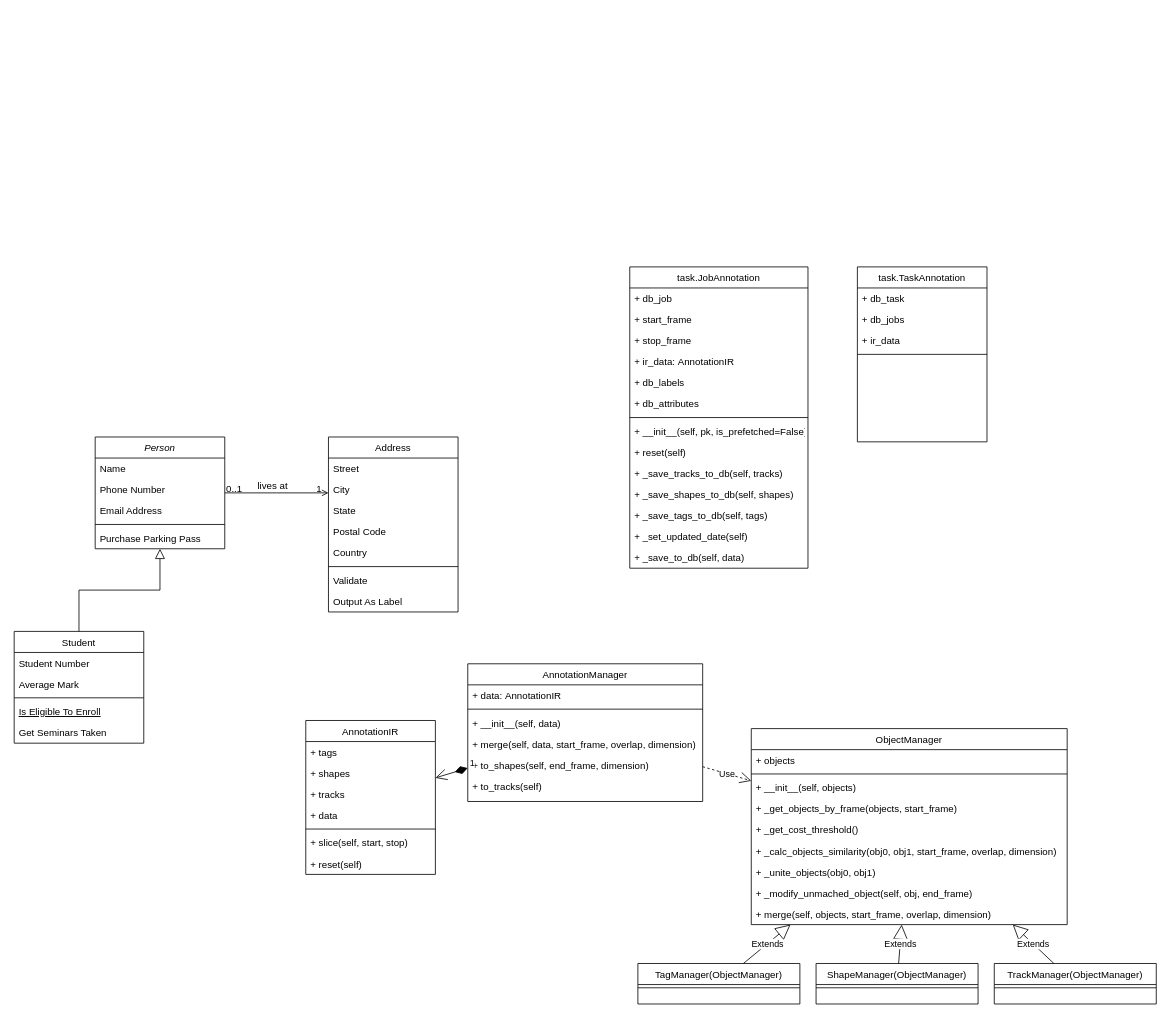
This is cvat.drawio from xulizhi321/drawio-proj, a draw.io file, before an edit. Source tidied: cells renumbered, new cells numbered last; positions are measured from the earlier drawing's top-left corner, leaving out a move shared by most shapes. Both pictures are drawn from the tidied source at 81%, with x=0, y=0 at pixel (14, 266).
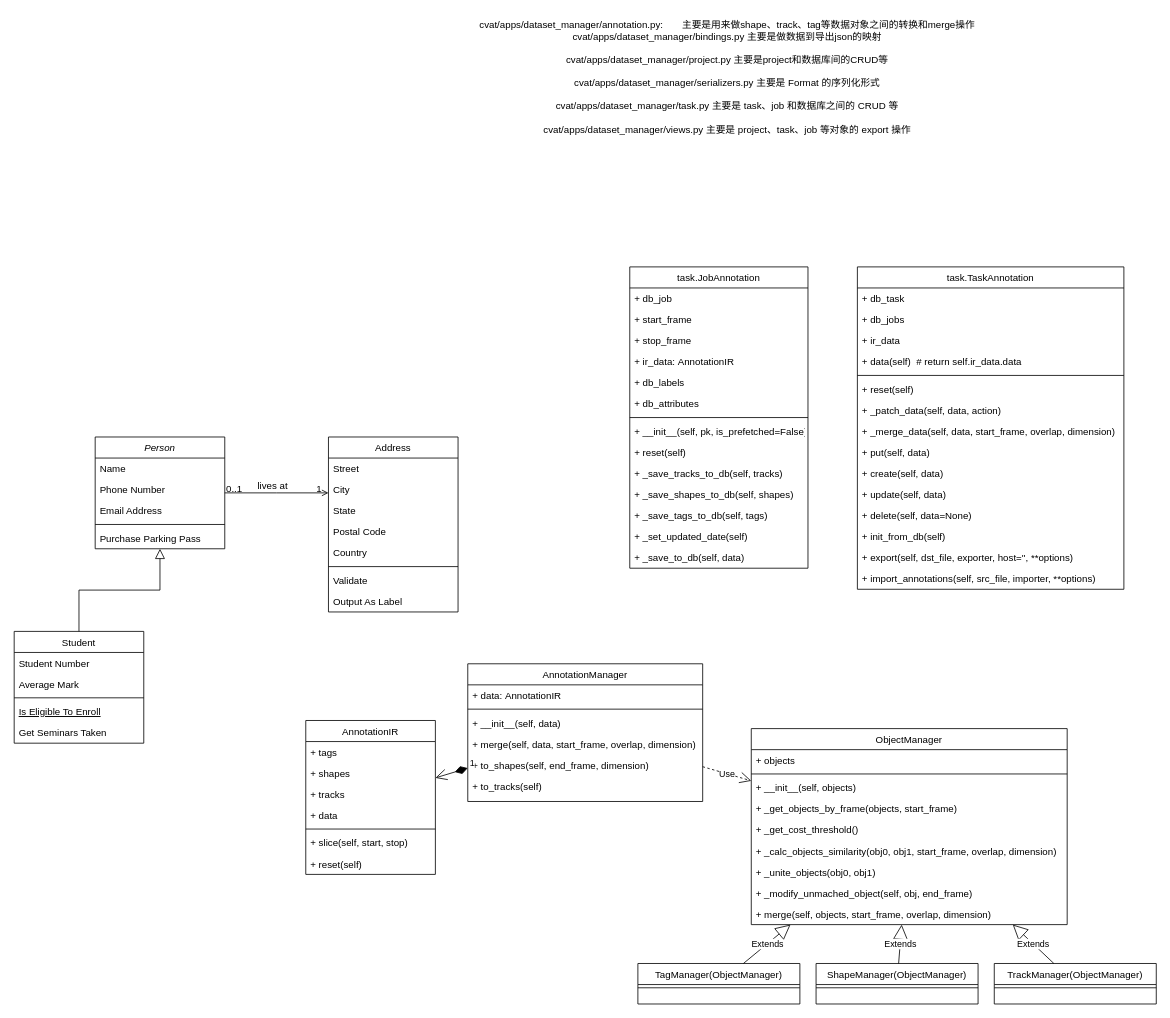
The same page after the edit.

The edit, as a diff of the source:
```diff
@@
     <mxCell id="79" value="task.TaskAnnotation" style="swimlane;fontStyle=0;align=center;verticalAlign=top;horizontal=1;startSize=26;rounded=0;shadow=0;strokeWidth=1;" parent="1" vertex="1">
-      <mxGeometry x="1041" width="160" height="216" as="geometry" />
+      <mxGeometry x="1041" width="329" height="398" as="geometry" />
     </mxCell>
     <mxCell id="80" value="+ db_task" style="text;align=left;verticalAlign=top;spacingLeft=4;spacingRight=4;overflow=hidden;" parent="79" vertex="1">
-      <mxGeometry y="26" width="160" height="26" as="geometry" />
+      <mxGeometry y="26" width="329" height="26" as="geometry" />
     </mxCell>
     <mxCell id="81" value="+ db_jobs" style="text;align=left;verticalAlign=top;spacingLeft=4;spacingRight=4;overflow=hidden;" parent="79" vertex="1">
-      <mxGeometry y="52" width="160" height="26" as="geometry" />
+      <mxGeometry y="52" width="329" height="26" as="geometry" />
     </mxCell>
     <mxCell id="82" value="+ ir_data" style="text;align=left;verticalAlign=top;spacingLeft=4;spacingRight=4;overflow=hidden;" parent="79" vertex="1">
-      <mxGeometry y="78" width="160" height="26" as="geometry" />
+      <mxGeometry y="78" width="329" height="26" as="geometry" />
     </mxCell>
+    <mxCell id="84" value="+ data(self)  # return self.ir_data.data" style="text;align=left;verticalAlign=top;spacingLeft=4;spacingRight=4;overflow=hidden;" parent="79" vertex="1">
+      <mxGeometry y="104" width="329" height="26" as="geometry" />
+    </mxCell>
     <mxCell id="83" style="line;html=1;strokeWidth=1;align=left;verticalAlign=middle;spacingTop=-1;spacingLeft=3;spacingRight=3;labelPosition=right;" parent="79" vertex="1">
-      <mxGeometry y="104" width="160" height="8" as="geometry" />
+      <mxGeometry y="130" width="329" height="8" as="geometry" />
     </mxCell>
+    <mxCell id="85" value="+ reset(self)" style="text;align=left;verticalAlign=top;spacingLeft=4;spacingRight=4;overflow=hidden;" parent="79" vertex="1">
+      <mxGeometry y="138" width="329" height="26" as="geometry" />
+    </mxCell>
+    <mxCell id="86" value="+ _patch_data(self, data, action)" style="text;align=left;verticalAlign=top;spacingLeft=4;spacingRight=4;overflow=hidden;" parent="79" vertex="1">
+      <mxGeometry y="164" width="329" height="26" as="geometry" />
+    </mxCell>
+    <mxCell id="87" value="+ _merge_data(self, data, start_frame, overlap, dimension)" style="text;align=left;verticalAlign=top;spacingLeft=4;spacingRight=4;overflow=hidden;" parent="79" vertex="1">
+      <mxGeometry y="190" width="329" height="26" as="geometry" />
+    </mxCell>
+    <mxCell id="88" value="+ put(self, data)" style="text;align=left;verticalAlign=top;spacingLeft=4;spacingRight=4;overflow=hidden;" parent="79" vertex="1">
+      <mxGeometry y="216" width="329" height="26" as="geometry" />
+    </mxCell>
+    <mxCell id="89" value="+ create(self, data)" style="text;align=left;verticalAlign=top;spacingLeft=4;spacingRight=4;overflow=hidden;" parent="79" vertex="1">
+      <mxGeometry y="242" width="329" height="26" as="geometry" />
+    </mxCell>
+    <mxCell id="90" value="+ update(self, data)" style="text;align=left;verticalAlign=top;spacingLeft=4;spacingRight=4;overflow=hidden;" parent="79" vertex="1">
+      <mxGeometry y="268" width="329" height="26" as="geometry" />
+    </mxCell>
+    <mxCell id="91" value="+ delete(self, data=None)" style="text;align=left;verticalAlign=top;spacingLeft=4;spacingRight=4;overflow=hidden;" parent="79" vertex="1">
+      <mxGeometry y="294" width="329" height="26" as="geometry" />
+    </mxCell>
+    <mxCell id="92" value="+ init_from_db(self)" style="text;align=left;verticalAlign=top;spacingLeft=4;spacingRight=4;overflow=hidden;" parent="79" vertex="1">
+      <mxGeometry y="320" width="329" height="26" as="geometry" />
+    </mxCell>
+    <mxCell id="93" value="+ export(self, dst_file, exporter, host='', **options)" style="text;align=left;verticalAlign=top;spacingLeft=4;spacingRight=4;overflow=hidden;" parent="79" vertex="1">
+      <mxGeometry y="346" width="329" height="26" as="geometry" />
+    </mxCell>
+    <mxCell id="94" value="+ import_annotations(self, src_file, importer, **options)" style="text;align=left;verticalAlign=top;spacingLeft=4;spacingRight=4;overflow=hidden;" parent="79" vertex="1">
+      <mxGeometry y="372" width="329" height="26" as="geometry" />
+    </mxCell>
+    <mxCell id="95" value="cvat/apps/dataset_manager/annotation.py:&amp;nbsp; &amp;nbsp; &amp;nbsp; &amp;nbsp;主要是用来做shape、track、tag等数据对象之间的转换和merge操作&lt;div&gt;cvat/apps/dataset_manager/bindings.py 主要是做数据到导出json的映射&lt;br&gt;&lt;/div&gt;&lt;div&gt;&lt;br&gt;&lt;/div&gt;&lt;div&gt;cvat/apps/dataset_manager/project.py 主要是project和数据库间的CRUD等&lt;/div&gt;&lt;div&gt;&lt;br&gt;&lt;/div&gt;&lt;div&gt;cvat/apps/dataset_manager/serializers.py 主要是 Format 的序列化形式&lt;br&gt;&lt;/div&gt;&lt;div&gt;&lt;br&gt;&lt;/div&gt;&lt;div&gt;cvat/apps/dataset_manager/task.py 主要是 task、job 和数据库之间的 CRUD 等&lt;/div&gt;&lt;div&gt;&lt;br&gt;&lt;/div&gt;&lt;div&gt;cvat/apps/dataset_manager/views.py 主要是 project、task、job 等对象的 export 操作&lt;/div&gt;&lt;div&gt;&amp;nbsp;&lt;br&gt;&lt;/div&gt;" style="text;html=1;align=center;verticalAlign=middle;strokeColor=none;fillColor=none;" parent="1" vertex="1">
+      <mxGeometry x="560" y="-312" width="640" height="170" as="geometry" />
+    </mxCell>
```
